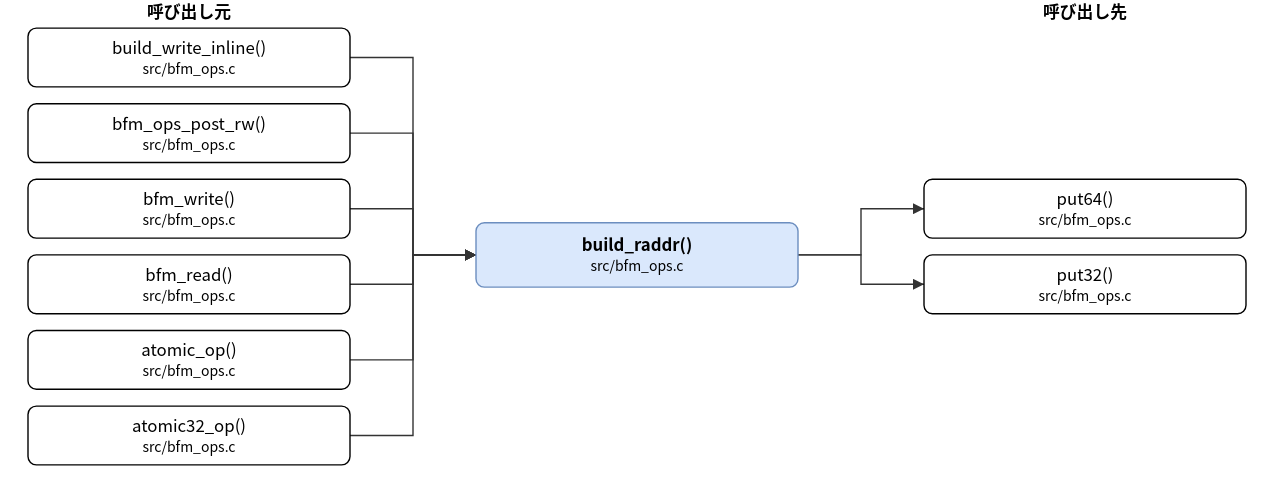
The draw.io diagram doc/spec/images/call_src_bfm_ops-build_raddr.drawio.svg in hf355051012-ai/bfmem, before a commit. Source tidied: cells renumbered, new cells last; positions are measured from the earlier drawing's top-left corner, leaving out a move shared by most shapes.
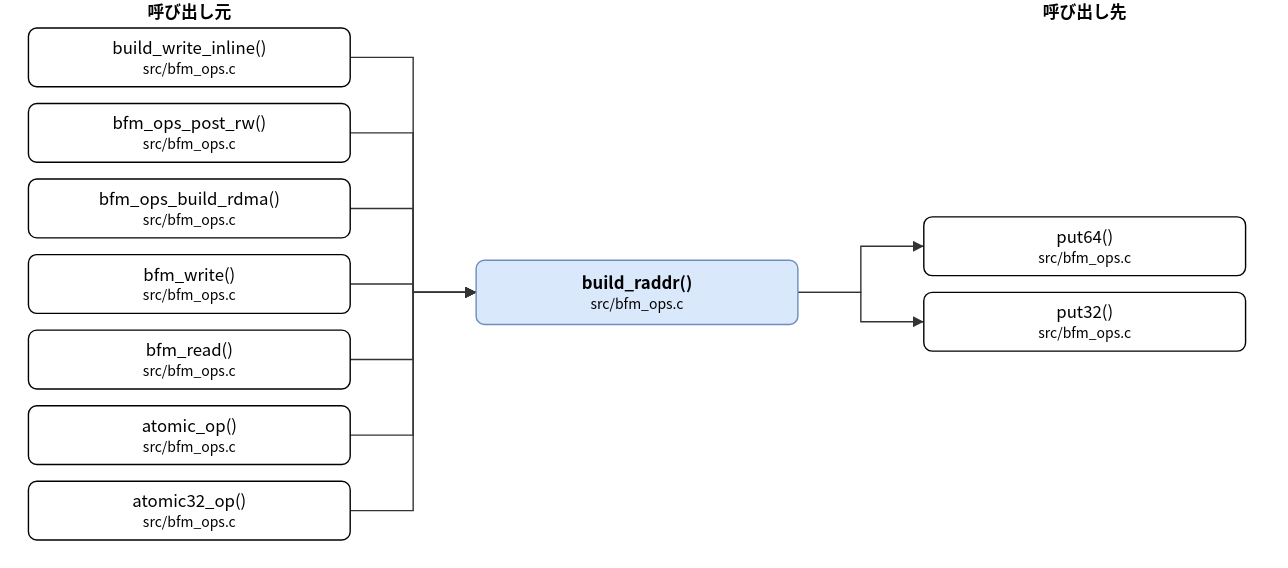
The same file after the commit.

Change to the diagram source:
```diff
@@ -3,7 +3,7 @@
     <mxCell id="0" />
     <mxCell id="1" parent="0" />
     <mxCell id="2" value="build_raddr()&lt;br&gt;&lt;font style=&quot;font-size:10px&quot;&gt;src/bfm_ops.c&lt;/font&gt;" style="rounded=1;whiteSpace=wrap;html=1;fillColor=#dae8fc;strokeColor=#6c8ebf;fontStyle=1;" parent="1" vertex="1">
-      <mxGeometry x="320" y="159" width="230" height="46" as="geometry" />
+      <mxGeometry x="320" y="186" width="230" height="46" as="geometry" />
     </mxCell>
     <mxCell id="3" value="build_write_inline()&lt;br&gt;&lt;font style=&quot;font-size:10px&quot;&gt;src/bfm_ops.c&lt;/font&gt;" style="rounded=1;whiteSpace=wrap;html=1;" parent="1" vertex="1">
       <mxGeometry y="20" width="230" height="42" as="geometry" />
@@ -11,29 +11,32 @@
     <mxCell id="4" value="bfm_ops_post_rw()&lt;br&gt;&lt;font style=&quot;font-size:10px&quot;&gt;src/bfm_ops.c&lt;/font&gt;" style="rounded=1;whiteSpace=wrap;html=1;" parent="1" vertex="1">
       <mxGeometry y="74" width="230" height="42" as="geometry" />
     </mxCell>
-    <mxCell id="5" value="bfm_write()&lt;br&gt;&lt;font style=&quot;font-size:10px&quot;&gt;src/bfm_ops.c&lt;/font&gt;" style="rounded=1;whiteSpace=wrap;html=1;" parent="1" vertex="1">
+    <mxCell id="5" value="bfm_ops_build_rdma()&lt;br&gt;&lt;font style=&quot;font-size:10px&quot;&gt;src/bfm_ops.c&lt;/font&gt;" style="rounded=1;whiteSpace=wrap;html=1;" parent="1" vertex="1">
       <mxGeometry y="128" width="230" height="42" as="geometry" />
     </mxCell>
-    <mxCell id="6" value="bfm_read()&lt;br&gt;&lt;font style=&quot;font-size:10px&quot;&gt;src/bfm_ops.c&lt;/font&gt;" style="rounded=1;whiteSpace=wrap;html=1;" parent="1" vertex="1">
+    <mxCell id="6" value="bfm_write()&lt;br&gt;&lt;font style=&quot;font-size:10px&quot;&gt;src/bfm_ops.c&lt;/font&gt;" style="rounded=1;whiteSpace=wrap;html=1;" parent="1" vertex="1">
       <mxGeometry y="182" width="230" height="42" as="geometry" />
     </mxCell>
-    <mxCell id="7" value="atomic_op()&lt;br&gt;&lt;font style=&quot;font-size:10px&quot;&gt;src/bfm_ops.c&lt;/font&gt;" style="rounded=1;whiteSpace=wrap;html=1;" parent="1" vertex="1">
+    <mxCell id="7" value="bfm_read()&lt;br&gt;&lt;font style=&quot;font-size:10px&quot;&gt;src/bfm_ops.c&lt;/font&gt;" style="rounded=1;whiteSpace=wrap;html=1;" parent="1" vertex="1">
       <mxGeometry y="236" width="230" height="42" as="geometry" />
     </mxCell>
-    <mxCell id="8" value="atomic32_op()&lt;br&gt;&lt;font style=&quot;font-size:10px&quot;&gt;src/bfm_ops.c&lt;/font&gt;" style="rounded=1;whiteSpace=wrap;html=1;" parent="1" vertex="1">
+    <mxCell id="8" value="atomic_op()&lt;br&gt;&lt;font style=&quot;font-size:10px&quot;&gt;src/bfm_ops.c&lt;/font&gt;" style="rounded=1;whiteSpace=wrap;html=1;" parent="1" vertex="1">
       <mxGeometry y="290" width="230" height="42" as="geometry" />
     </mxCell>
+    <mxCell id="21" value="atomic32_op()&lt;br&gt;&lt;font style=&quot;font-size:10px&quot;&gt;src/bfm_ops.c&lt;/font&gt;" style="rounded=1;whiteSpace=wrap;html=1;" parent="1" vertex="1">
+      <mxGeometry y="344" width="230" height="42" as="geometry" />
+    </mxCell>
     <mxCell id="9" value="put64()&lt;br&gt;&lt;font style=&quot;font-size:10px&quot;&gt;src/bfm_ops.c&lt;/font&gt;" style="rounded=1;whiteSpace=wrap;html=1;" parent="1" vertex="1">
-      <mxGeometry x="640" y="128" width="230" height="42" as="geometry" />
+      <mxGeometry x="640" y="155" width="230" height="42" as="geometry" />
     </mxCell>
     <mxCell id="10" value="put32()&lt;br&gt;&lt;font style=&quot;font-size:10px&quot;&gt;src/bfm_ops.c&lt;/font&gt;" style="rounded=1;whiteSpace=wrap;html=1;" parent="1" vertex="1">
-      <mxGeometry x="640" y="182" width="230" height="42" as="geometry" />
+      <mxGeometry x="640" y="209" width="230" height="42" as="geometry" />
     </mxCell>
     <mxCell id="11" style="edgeStyle=none;html=1;rounded=0;endArrow=block;endFill=1;exitX=1.0000;exitY=0.5000;exitDx=0;exitDy=0;exitPerimeter=0;entryX=0.0000;entryY=0.5000;entryDx=0;entryDy=0;entryPerimeter=0;" parent="1" edge="1" source="3" target="2">
       <mxGeometry relative="1" as="geometry">
         <Array as="points">
           <mxPoint x="275" y="41" />
-          <mxPoint x="275" y="182" />
+          <mxPoint x="275" y="209" />
         </Array>
       </mxGeometry>
     </mxCell>
@@ -41,7 +44,7 @@
       <mxGeometry relative="1" as="geometry">
         <Array as="points">
           <mxPoint x="275" y="95" />
-          <mxPoint x="275" y="182" />
+          <mxPoint x="275" y="209" />
         </Array>
       </mxGeometry>
     </mxCell>
@@ -49,7 +52,7 @@
       <mxGeometry relative="1" as="geometry">
         <Array as="points">
           <mxPoint x="275" y="149" />
-          <mxPoint x="275" y="182" />
+          <mxPoint x="275" y="209" />
         </Array>
       </mxGeometry>
     </mxCell>
@@ -57,7 +60,7 @@
       <mxGeometry relative="1" as="geometry">
         <Array as="points">
           <mxPoint x="275" y="203" />
-          <mxPoint x="275" y="182" />
+          <mxPoint x="275" y="209" />
         </Array>
       </mxGeometry>
     </mxCell>
@@ -65,7 +68,7 @@
       <mxGeometry relative="1" as="geometry">
         <Array as="points">
           <mxPoint x="275" y="257" />
-          <mxPoint x="275" y="182" />
+          <mxPoint x="275" y="209" />
         </Array>
       </mxGeometry>
     </mxCell>
@@ -73,26 +76,34 @@
       <mxGeometry relative="1" as="geometry">
         <Array as="points">
           <mxPoint x="275" y="311" />
-          <mxPoint x="275" y="182" />
+          <mxPoint x="275" y="209" />
         </Array>
       </mxGeometry>
     </mxCell>
-    <mxCell id="17" style="edgeStyle=none;html=1;rounded=0;endArrow=block;endFill=1;exitX=1.0000;exitY=0.5000;exitDx=0;exitDy=0;exitPerimeter=0;entryX=0.0000;entryY=0.5000;entryDx=0;entryDy=0;entryPerimeter=0;" parent="1" edge="1" source="2" target="9">
+    <mxCell id="17" style="edgeStyle=none;html=1;rounded=0;endArrow=block;endFill=1;exitX=1.0000;exitY=0.5000;exitDx=0;exitDy=0;exitPerimeter=0;entryX=0.0000;entryY=0.5000;entryDx=0;entryDy=0;entryPerimeter=0;" parent="1" edge="1" source="21" target="2">
       <mxGeometry relative="1" as="geometry">
         <Array as="points">
-          <mxPoint x="595" y="182" />
-          <mxPoint x="595" y="149" />
+          <mxPoint x="275" y="365" />
+          <mxPoint x="275" y="209" />
         </Array>
       </mxGeometry>
     </mxCell>
-    <mxCell id="18" style="edgeStyle=none;html=1;rounded=0;endArrow=block;endFill=1;exitX=1.0000;exitY=0.5000;exitDx=0;exitDy=0;exitPerimeter=0;entryX=0.0000;entryY=0.5000;entryDx=0;entryDy=0;entryPerimeter=0;" parent="1" edge="1" source="2" target="10">
+    <mxCell id="18" style="edgeStyle=none;html=1;rounded=0;endArrow=block;endFill=1;exitX=1.0000;exitY=0.5000;exitDx=0;exitDy=0;exitPerimeter=0;entryX=0.0000;entryY=0.5000;entryDx=0;entryDy=0;entryPerimeter=0;" parent="1" edge="1" source="2" target="9">
       <mxGeometry relative="1" as="geometry">
         <Array as="points">
-          <mxPoint x="595" y="182" />
-          <mxPoint x="595" y="203" />
+          <mxPoint x="595" y="209" />
+          <mxPoint x="595" y="176" />
         </Array>
       </mxGeometry>
     </mxCell>
+    <mxCell id="22" style="edgeStyle=none;html=1;rounded=0;endArrow=block;endFill=1;exitX=1.0000;exitY=0.5000;exitDx=0;exitDy=0;exitPerimeter=0;entryX=0.0000;entryY=0.5000;entryDx=0;entryDy=0;entryPerimeter=0;" parent="1" edge="1" source="2" target="10">
+      <mxGeometry relative="1" as="geometry">
+        <Array as="points">
+          <mxPoint x="595" y="209" />
+          <mxPoint x="595" y="230" />
+        </Array>
+      </mxGeometry>
+    </mxCell>
     <mxCell id="19" value="呼び出し元" style="text;html=1;align=center;fontStyle=1;" parent="1" vertex="1">
       <mxGeometry x="35" width="160" height="18" as="geometry" />
     </mxCell>
```
